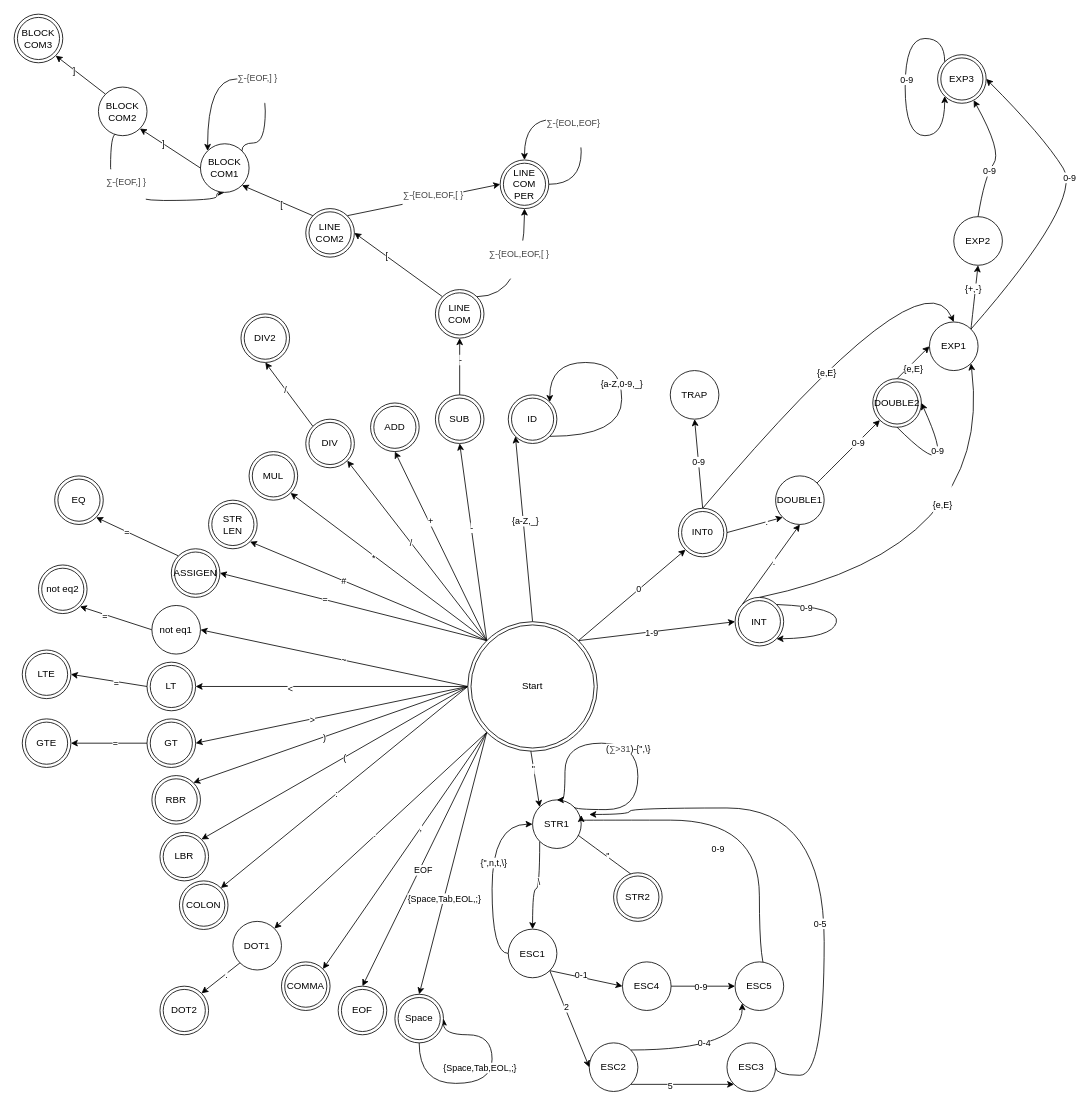
The draw.io diagram doc/scaner/scaner.drawio in JakubKomar/Prekladac-jazyka-teal, before the edit. Source tidied: cells renumbered, new cells numbered last; positions are measured from the earlier drawing's top-left corner, leaving out a move shared by most shapes. Both pictures are drawn from the tidied source at 81%, with x=0, y=0 at pixel (14, 14).
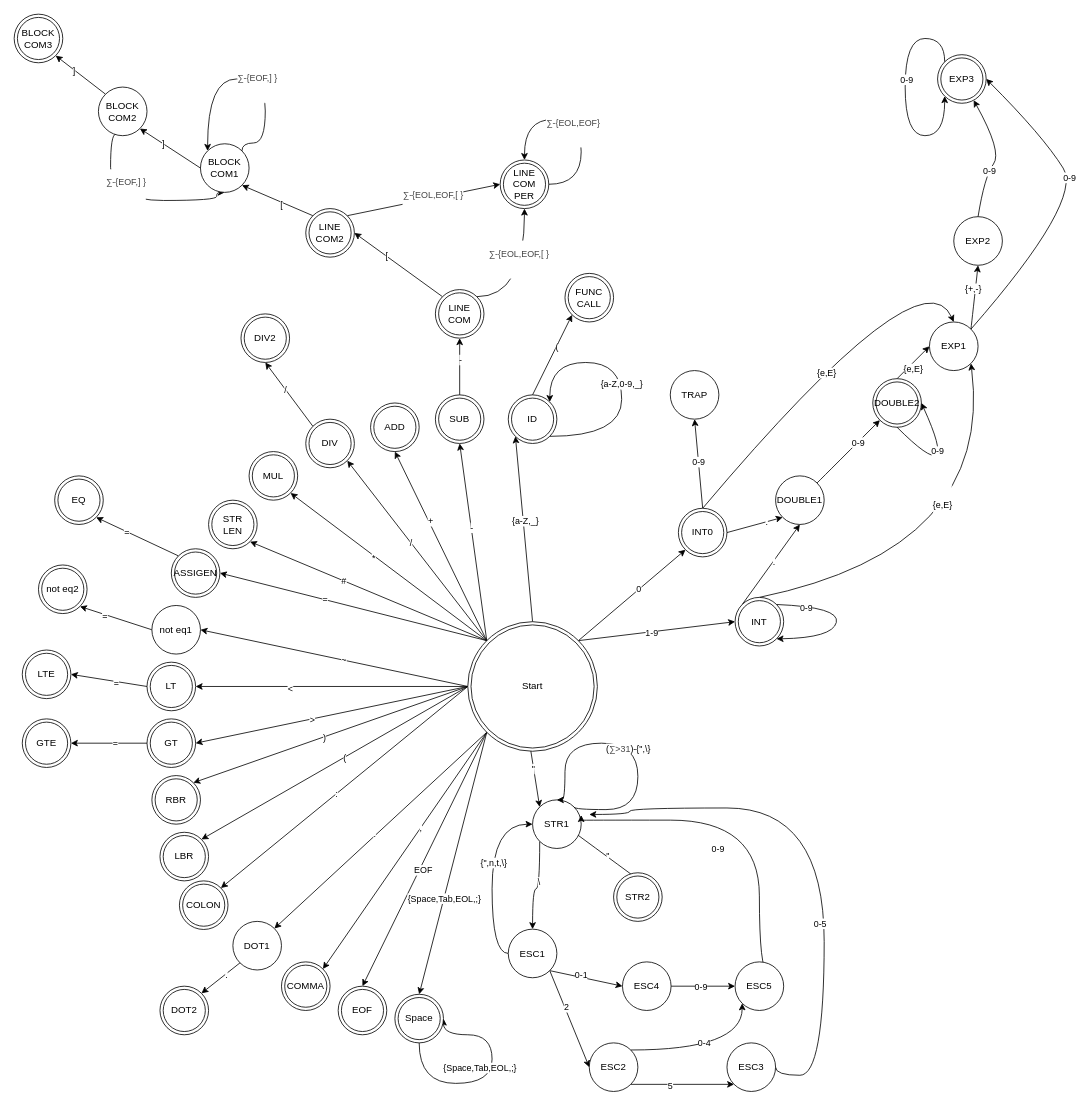
After the change.

The change refers to these unchanged cells:
```xml
<mxCell id="44" value="ID" style="ellipse;shape=doubleEllipse;whiteSpace=wrap;html=1;" parent="1" vertex="1">
  <mxGeometry x="610" y="470" width="60" height="60" as="geometry" />
</mxCell>
```

Change to the diagram source:
```diff
@@
+    <mxCell id="172" style="rounded=0;jettySize=auto;html=1;exitX=0.5;exitY=0;exitDx=0;exitDy=0;entryX=0;entryY=1;entryDx=0;entryDy=0;" parent="1" edge="1" source="44" target="174">
+      <mxGeometry relative="1" as="geometry" />
+    </mxCell>
+    <mxCell id="173" value="(" style="edgeLabel;html=1;align=center;verticalAlign=middle;" parent="172" vertex="1">
+      <mxGeometry x="0.26" y="4" relative="1" as="geometry">
+        <mxPoint x="3" y="4" as="offset" />
+      </mxGeometry>
+    </mxCell>
@@
+    <mxCell id="174" value="FUNC&lt;br&gt;CALL" style="ellipse;shape=doubleEllipse;whiteSpace=wrap;html=1;" parent="1" vertex="1">
+      <mxGeometry x="680" y="320" width="60" height="60" as="geometry" />
+    </mxCell>
```
